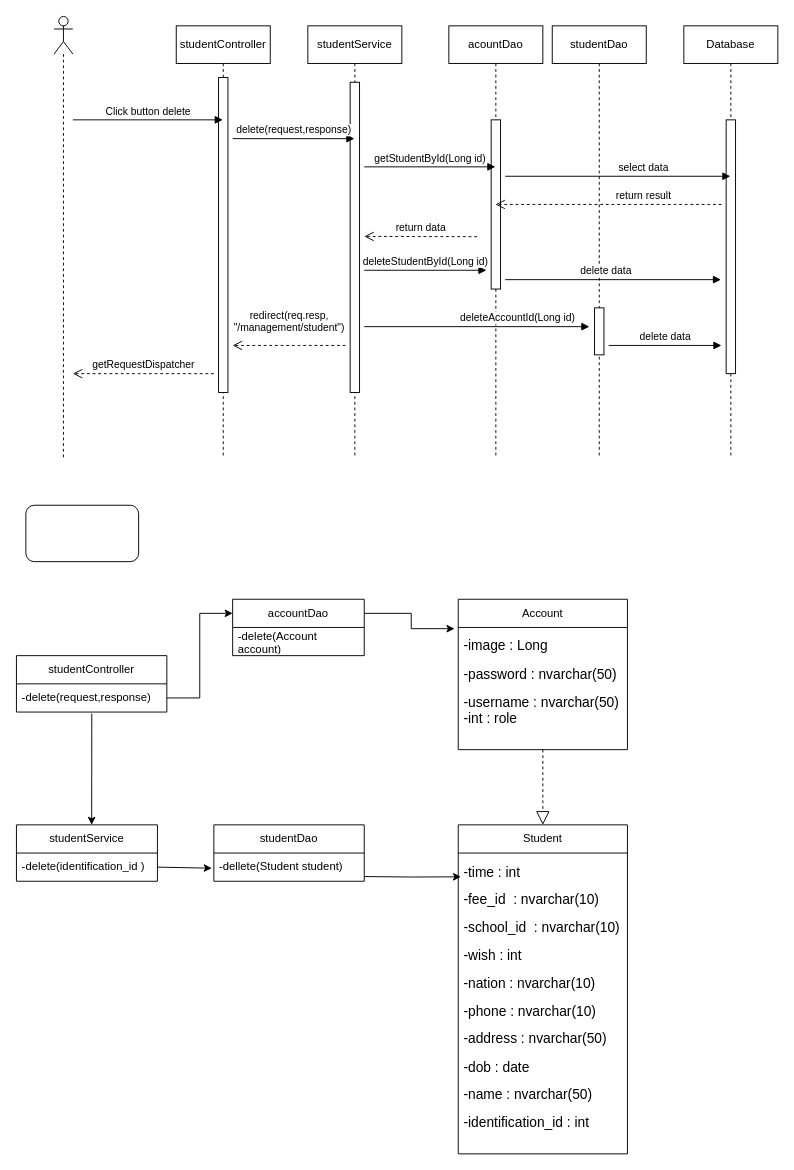
This is page "Page-5" (5 of 22) of Untitled Diagram.drawio from sachvo/CuteXT, a draw.io file, before an edit. Source tidied: cells renumbered, new cells numbered last; positions are measured from the earlier drawing's top-left corner, leaving out a move shared by most shapes. Both pictures are drawn from the tidied source at 94%, with x=0, y=0 at pixel (16, 16).
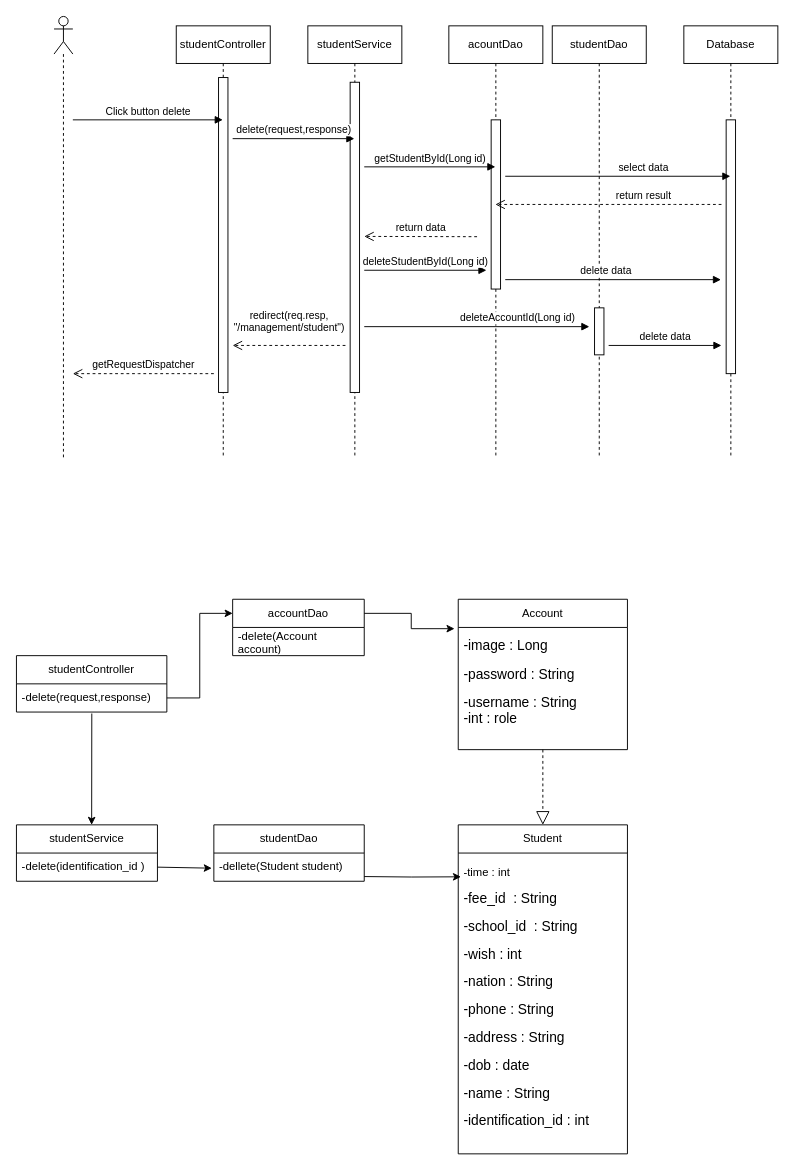
Above is the later version.

Unchanged cells that the change refers to:
```xml
<mxCell id="31" value="Account" style="swimlane;fontStyle=0;horizontal=1;startSize=30;whiteSpace=wrap;html=1;" parent="1" vertex="1">
  <mxGeometry x="470" y="620" width="180" height="160" as="geometry" />
</mxCell>
<mxCell id="34" value="Student" style="swimlane;fontStyle=0;horizontal=1;startSize=30;whiteSpace=wrap;html=1;" parent="1" vertex="1">
  <mxGeometry x="470" y="860" width="180" height="350" as="geometry" />
</mxCell>
```

Diff of the diagram source:
```diff
@@
-    <mxCell id="32" value="&lt;p style=&quot;line-height:1.38;margin-top:0pt;margin-bottom:0pt;&quot; dir=&quot;ltr&quot;&gt;&lt;/p&gt;&lt;p style=&quot;line-height:1.38;margin-top:0pt;margin-bottom:0pt;&quot; dir=&quot;ltr&quot;&gt;&lt;/p&gt;&lt;p style=&quot;line-height:1.38;margin-top:0pt;margin-bottom:0pt;&quot; dir=&quot;ltr&quot;&gt;&lt;/p&gt;&lt;div&gt;&lt;/div&gt;&lt;span style=&quot;font-size: 11pt; font-family: Arial, sans-serif; background-color: transparent; font-variant-numeric: normal; font-variant-east-asian: normal; font-variant-alternates: normal; font-variant-position: normal; vertical-align: baseline;&quot;&gt;-image : Long&lt;/span&gt;&lt;p&gt;&lt;/p&gt;&lt;span style=&quot;font-size: 11pt; font-family: Arial, sans-serif; background-color: transparent; font-variant-numeric: normal; font-variant-east-asian: normal; font-variant-alternates: normal; font-variant-position: normal; vertical-align: baseline;&quot;&gt;-password : nvarchar(50)&amp;nbsp;&lt;/span&gt;&lt;p&gt;&lt;/p&gt;&lt;span style=&quot;font-size: 11pt; font-family: Arial, sans-serif; background-color: transparent; font-variant-numeric: normal; font-variant-east-asian: normal; font-variant-alternates: normal; font-variant-position: normal; vertical-align: baseline;&quot;&gt;-username : nvarchar(50)&lt;br&gt;-int : role&amp;nbsp;&lt;/span&gt;&lt;p&gt;&lt;/p&gt;&lt;span id=&quot;docs-internal-guid-546da517-7fff-cef4-55ad-a307194a0e7b&quot;&gt;&lt;/span&gt;" style="text;strokeColor=none;fillColor=none;align=left;verticalAlign=middle;spacingLeft=4;spacingRight=4;overflow=hidden;points=[[0,0.5],[1,0.5]];portConstraint=eastwest;whiteSpace=wrap;html=1;" parent="31" vertex="1">
+    <mxCell id="32" value="&lt;p style=&quot;line-height:1.38;margin-top:0pt;margin-bottom:0pt;&quot; dir=&quot;ltr&quot;&gt;&lt;/p&gt;&lt;p style=&quot;line-height:1.38;margin-top:0pt;margin-bottom:0pt;&quot; dir=&quot;ltr&quot;&gt;&lt;/p&gt;&lt;p style=&quot;line-height:1.38;margin-top:0pt;margin-bottom:0pt;&quot; dir=&quot;ltr&quot;&gt;&lt;/p&gt;&lt;div&gt;&lt;/div&gt;&lt;span style=&quot;font-size: 11pt; font-family: Arial, sans-serif; background-color: transparent; font-variant-numeric: normal; font-variant-east-asian: normal; font-variant-alternates: normal; font-variant-position: normal; vertical-align: baseline;&quot;&gt;-image : Long&lt;/span&gt;&lt;p&gt;&lt;/p&gt;&lt;span style=&quot;font-size: 11pt; font-family: Arial, sans-serif; background-color: transparent; font-variant-numeric: normal; font-variant-east-asian: normal; font-variant-alternates: normal; font-variant-position: normal; vertical-align: baseline;&quot;&gt;-password : String&amp;nbsp;&lt;/span&gt;&lt;p&gt;&lt;/p&gt;&lt;span style=&quot;font-size: 11pt; font-family: Arial, sans-serif; background-color: transparent; font-variant-numeric: normal; font-variant-east-asian: normal; font-variant-alternates: normal; font-variant-position: normal; vertical-align: baseline;&quot;&gt;-username : String&lt;br&gt;-int : role&amp;nbsp;&lt;/span&gt;&lt;p&gt;&lt;/p&gt;&lt;span id=&quot;docs-internal-guid-546da517-7fff-cef4-55ad-a307194a0e7b&quot;&gt;&lt;/span&gt;" style="text;strokeColor=none;fillColor=none;align=left;verticalAlign=middle;spacingLeft=4;spacingRight=4;overflow=hidden;points=[[0,0.5],[1,0.5]];portConstraint=eastwest;whiteSpace=wrap;html=1;" parent="31" vertex="1">
       <mxGeometry y="30" width="180" height="130" as="geometry" />
     </mxCell>
-    <mxCell id="33" style="rounded=1;whiteSpace=wrap;html=1;" parent="1" vertex="1">
-      <mxGeometry x="10" y="520" width="120" height="60" as="geometry" />
-    </mxCell>
@@
-    <mxCell id="35" value="&lt;p style=&quot;line-height:1.38;margin-top:0pt;margin-bottom:0pt;&quot; dir=&quot;ltr&quot;&gt;&lt;/p&gt;&lt;p style=&quot;line-height:1.38;margin-top:0pt;margin-bottom:0pt;&quot; dir=&quot;ltr&quot;&gt;&lt;/p&gt;&lt;p style=&quot;line-height:1.38;margin-top:0pt;margin-bottom:0pt;&quot; dir=&quot;ltr&quot;&gt;&lt;/p&gt;&lt;p style=&quot;line-height:1.38;margin-top:0pt;margin-bottom:0pt;&quot; dir=&quot;ltr&quot;&gt;&lt;/p&gt;&lt;p style=&quot;line-height:1.38;margin-top:0pt;margin-bottom:0pt;&quot; dir=&quot;ltr&quot;&gt;&lt;/p&gt;&lt;p style=&quot;line-height:1.38;margin-top:0pt;margin-bottom:0pt;&quot; dir=&quot;ltr&quot;&gt;&lt;/p&gt;&lt;p style=&quot;line-height:1.38;margin-top:0pt;margin-bottom:0pt;&quot; dir=&quot;ltr&quot;&gt;&lt;/p&gt;&lt;p style=&quot;line-height:1.38;margin-top:0pt;margin-bottom:0pt;&quot; dir=&quot;ltr&quot;&gt;&lt;/p&gt;&lt;p style=&quot;line-height:1.38;margin-top:0pt;margin-bottom:0pt;&quot; dir=&quot;ltr&quot;&gt;&lt;/p&gt;&lt;p style=&quot;line-height:1.38;margin-top:0pt;margin-bottom:0pt;&quot; dir=&quot;ltr&quot;&gt;&lt;/p&gt;&lt;div&gt;&lt;/div&gt;&lt;span style=&quot;font-size: 11pt; font-family: Arial, sans-serif; background-color: transparent; font-variant-numeric: normal; font-variant-east-asian: normal; font-variant-alternates: normal; font-variant-position: normal; vertical-align: baseline;&quot;&gt;-time : int &lt;/span&gt;&lt;p&gt;&lt;/p&gt;&lt;span style=&quot;font-size: 11pt; font-family: Arial, sans-serif; background-color: transparent; font-variant-numeric: normal; font-variant-east-asian: normal; font-variant-alternates: normal; font-variant-position: normal; vertical-align: baseline;&quot;&gt;-fee_id&amp;nbsp; : nvarchar(10)&lt;/span&gt;&lt;p&gt;&lt;/p&gt;&lt;span style=&quot;font-size: 11pt; font-family: Arial, sans-serif; background-color: transparent; font-variant-numeric: normal; font-variant-east-asian: normal; font-variant-alternates: normal; font-variant-position: normal; vertical-align: baseline;&quot;&gt;-school_id&amp;nbsp; : nvarchar(10)&lt;/span&gt;&lt;p&gt;&lt;/p&gt;&lt;span style=&quot;font-size: 11pt; font-family: Arial, sans-serif; background-color: transparent; font-variant-numeric: normal; font-variant-east-asian: normal; font-variant-alternates: normal; font-variant-position: normal; vertical-align: baseline;&quot;&gt;-wish : int&lt;/span&gt;&lt;p&gt;&lt;/p&gt;&lt;span style=&quot;font-size: 11pt; font-family: Arial, sans-serif; background-color: transparent; font-variant-numeric: normal; font-variant-east-asian: normal; font-variant-alternates: normal; font-variant-position: normal; vertical-align: baseline;&quot;&gt;-nation : nvarchar(10)&lt;/span&gt;&lt;p&gt;&lt;/p&gt;&lt;span style=&quot;font-size: 11pt; font-family: Arial, sans-serif; background-color: transparent; font-variant-numeric: normal; font-variant-east-asian: normal; font-variant-alternates: normal; font-variant-position: normal; vertical-align: baseline;&quot;&gt;-phone : nvarchar(10)&lt;/span&gt;&lt;p&gt;&lt;/p&gt;&lt;span style=&quot;font-size: 11pt; font-family: Arial, sans-serif; background-color: transparent; font-variant-numeric: normal; font-variant-east-asian: normal; font-variant-alternates: normal; font-variant-position: normal; vertical-align: baseline;&quot;&gt;-address : nvarchar(50)&lt;/span&gt;&lt;p&gt;&lt;/p&gt;&lt;span style=&quot;font-size: 11pt; font-family: Arial, sans-serif; background-color: transparent; font-variant-numeric: normal; font-variant-east-asian: normal; font-variant-alternates: normal; font-variant-position: normal; vertical-align: baseline;&quot;&gt;-dob : date&lt;/span&gt;&lt;p&gt;&lt;/p&gt;&lt;span style=&quot;font-size: 11pt; font-family: Arial, sans-serif; background-color: transparent; font-variant-numeric: normal; font-variant-east-asian: normal; font-variant-alternates: normal; font-variant-position: normal; vertical-align: baseline;&quot;&gt;-name : nvarchar(50)&lt;/span&gt;&lt;p&gt;&lt;/p&gt;&lt;span style=&quot;font-size: 11pt; font-family: Arial, sans-serif; background-color: transparent; font-variant-numeric: normal; font-variant-east-asian: normal; font-variant-alternates: normal; font-variant-position: normal; vertical-align: baseline;&quot;&gt;-identification_id : int&amp;nbsp;&lt;/span&gt;&lt;p&gt;&lt;/p&gt;&lt;span id=&quot;docs-internal-guid-ec875b94-7fff-324d-a60e-613ddc787041&quot;&gt;&lt;/span&gt;" style="text;strokeColor=none;fillColor=none;align=left;verticalAlign=middle;spacingLeft=4;spacingRight=4;overflow=hidden;points=[[0,0.5],[1,0.5]];portConstraint=eastwest;whiteSpace=wrap;html=1;" parent="34" vertex="1">
+    <mxCell id="35" value="&lt;p style=&quot;line-height:1.38;margin-top:0pt;margin-bottom:0pt;&quot; dir=&quot;ltr&quot;&gt;&lt;/p&gt;&lt;p style=&quot;line-height:1.38;margin-top:0pt;margin-bottom:0pt;&quot; dir=&quot;ltr&quot;&gt;&lt;/p&gt;&lt;p style=&quot;line-height:1.38;margin-top:0pt;margin-bottom:0pt;&quot; dir=&quot;ltr&quot;&gt;&lt;/p&gt;&lt;p style=&quot;line-height:1.38;margin-top:0pt;margin-bottom:0pt;&quot; dir=&quot;ltr&quot;&gt;&lt;/p&gt;&lt;p style=&quot;line-height:1.38;margin-top:0pt;margin-bottom:0pt;&quot; dir=&quot;ltr&quot;&gt;&lt;/p&gt;&lt;p style=&quot;line-height:1.38;margin-top:0pt;margin-bottom:0pt;&quot; dir=&quot;ltr&quot;&gt;&lt;/p&gt;&lt;p style=&quot;line-height:1.38;margin-top:0pt;margin-bottom:0pt;&quot; dir=&quot;ltr&quot;&gt;&lt;/p&gt;&lt;p style=&quot;line-height:1.38;margin-top:0pt;margin-bottom:0pt;&quot; dir=&quot;ltr&quot;&gt;&lt;/p&gt;&lt;p style=&quot;line-height:1.38;margin-top:0pt;margin-bottom:0pt;&quot; dir=&quot;ltr&quot;&gt;&lt;/p&gt;&lt;p style=&quot;line-height:1.38;margin-top:0pt;margin-bottom:0pt;&quot; dir=&quot;ltr&quot;&gt;&lt;/p&gt;&lt;div&gt;&lt;/div&gt;-time : int&lt;p style=&quot;border-color: var(--border-color);&quot;&gt;&lt;/p&gt;&lt;span style=&quot;border-color: var(--border-color); font-variant-numeric: normal; font-variant-east-asian: normal; font-variant-alternates: normal; font-variant-position: normal; background-color: transparent; font-size: 11pt; font-family: Arial, sans-serif; vertical-align: baseline;&quot;&gt;-fee_id&amp;nbsp; : String&lt;/span&gt;&lt;p style=&quot;border-color: var(--border-color);&quot;&gt;&lt;/p&gt;&lt;span style=&quot;border-color: var(--border-color); font-variant-numeric: normal; font-variant-east-asian: normal; font-variant-alternates: normal; font-variant-position: normal; background-color: transparent; font-size: 11pt; font-family: Arial, sans-serif; vertical-align: baseline;&quot;&gt;-school_id&amp;nbsp; : String&lt;/span&gt;&lt;p style=&quot;border-color: var(--border-color);&quot;&gt;&lt;/p&gt;&lt;span style=&quot;border-color: var(--border-color); font-variant-numeric: normal; font-variant-east-asian: normal; font-variant-alternates: normal; font-variant-position: normal; background-color: transparent; font-size: 11pt; font-family: Arial, sans-serif; vertical-align: baseline;&quot;&gt;-wish : int&lt;/span&gt;&lt;p style=&quot;border-color: var(--border-color);&quot;&gt;&lt;/p&gt;&lt;span style=&quot;border-color: var(--border-color); font-variant-numeric: normal; font-variant-east-asian: normal; font-variant-alternates: normal; font-variant-position: normal; background-color: transparent; font-size: 11pt; font-family: Arial, sans-serif; vertical-align: baseline;&quot;&gt;-nation : String&lt;/span&gt;&lt;p style=&quot;border-color: var(--border-color);&quot;&gt;&lt;/p&gt;&lt;span style=&quot;border-color: var(--border-color); font-variant-numeric: normal; font-variant-east-asian: normal; font-variant-alternates: normal; font-variant-position: normal; background-color: transparent; font-size: 11pt; font-family: Arial, sans-serif; vertical-align: baseline;&quot;&gt;-phone : String&lt;/span&gt;&lt;p style=&quot;border-color: var(--border-color);&quot;&gt;&lt;/p&gt;&lt;span style=&quot;border-color: var(--border-color); font-variant-numeric: normal; font-variant-east-asian: normal; font-variant-alternates: normal; font-variant-position: normal; background-color: transparent; font-size: 11pt; font-family: Arial, sans-serif; vertical-align: baseline;&quot;&gt;-address : String&lt;/span&gt;&lt;p style=&quot;border-color: var(--border-color);&quot;&gt;&lt;/p&gt;&lt;span style=&quot;border-color: var(--border-color); font-variant-numeric: normal; font-variant-east-asian: normal; font-variant-alternates: normal; font-variant-position: normal; background-color: transparent; font-size: 11pt; font-family: Arial, sans-serif; vertical-align: baseline;&quot;&gt;-dob : date&lt;/span&gt;&lt;p style=&quot;border-color: var(--border-color);&quot;&gt;&lt;/p&gt;&lt;span style=&quot;border-color: var(--border-color); font-variant-numeric: normal; font-variant-east-asian: normal; font-variant-alternates: normal; font-variant-position: normal; background-color: transparent; font-size: 11pt; font-family: Arial, sans-serif; vertical-align: baseline;&quot;&gt;-name : String&lt;/span&gt;&lt;p style=&quot;border-color: var(--border-color);&quot;&gt;&lt;/p&gt;&lt;span style=&quot;border-color: var(--border-color); font-variant-numeric: normal; font-variant-east-asian: normal; font-variant-alternates: normal; font-variant-position: normal; background-color: transparent; font-size: 11pt; font-family: Arial, sans-serif; vertical-align: baseline;&quot;&gt;-identification_id : int&amp;nbsp;&lt;/span&gt;&lt;p style=&quot;border-color: var(--border-color);&quot;&gt;&lt;/p&gt;&lt;span style=&quot;border-color: var(--border-color);&quot; id=&quot;docs-internal-guid-ec875b94-7fff-324d-a60e-613ddc787041&quot;&gt;&lt;/span&gt;&lt;span id=&quot;docs-internal-guid-ec875b94-7fff-324d-a60e-613ddc787041&quot;&gt;&lt;/span&gt;" style="text;strokeColor=none;fillColor=none;align=left;verticalAlign=middle;spacingLeft=4;spacingRight=4;overflow=hidden;points=[[0,0.5],[1,0.5]];portConstraint=eastwest;whiteSpace=wrap;html=1;" parent="34" vertex="1">
       <mxGeometry y="30" width="180" height="320" as="geometry" />
     </mxCell>
```
